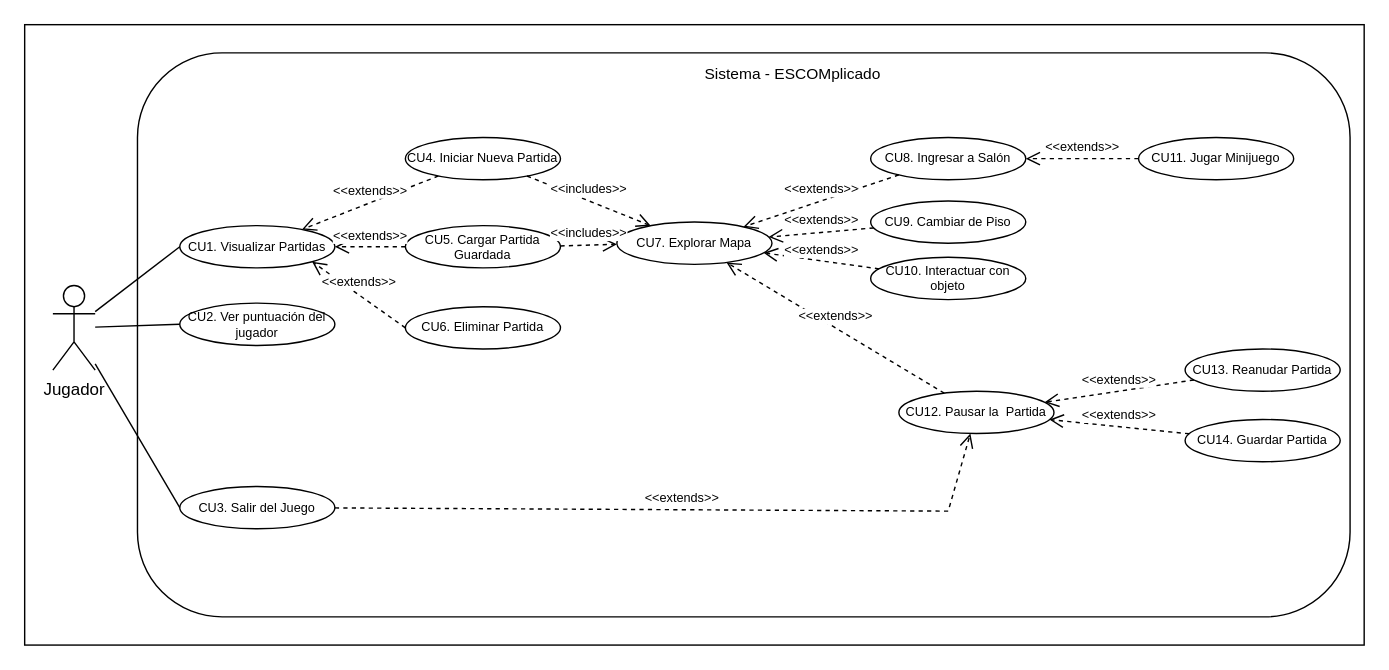
The draw.io diagram Diagrams/casos-de-uso.drawio in bdominguez99/Escomplicado, before the edit. Source tidied: cells renumbered, new cells numbered last; positions are measured from the earlier drawing's top-left corner, leaving out a move shared by most shapes. Both pictures are drawn from the tidied source at 141%, with x=0, y=0 at pixel (24, 24).
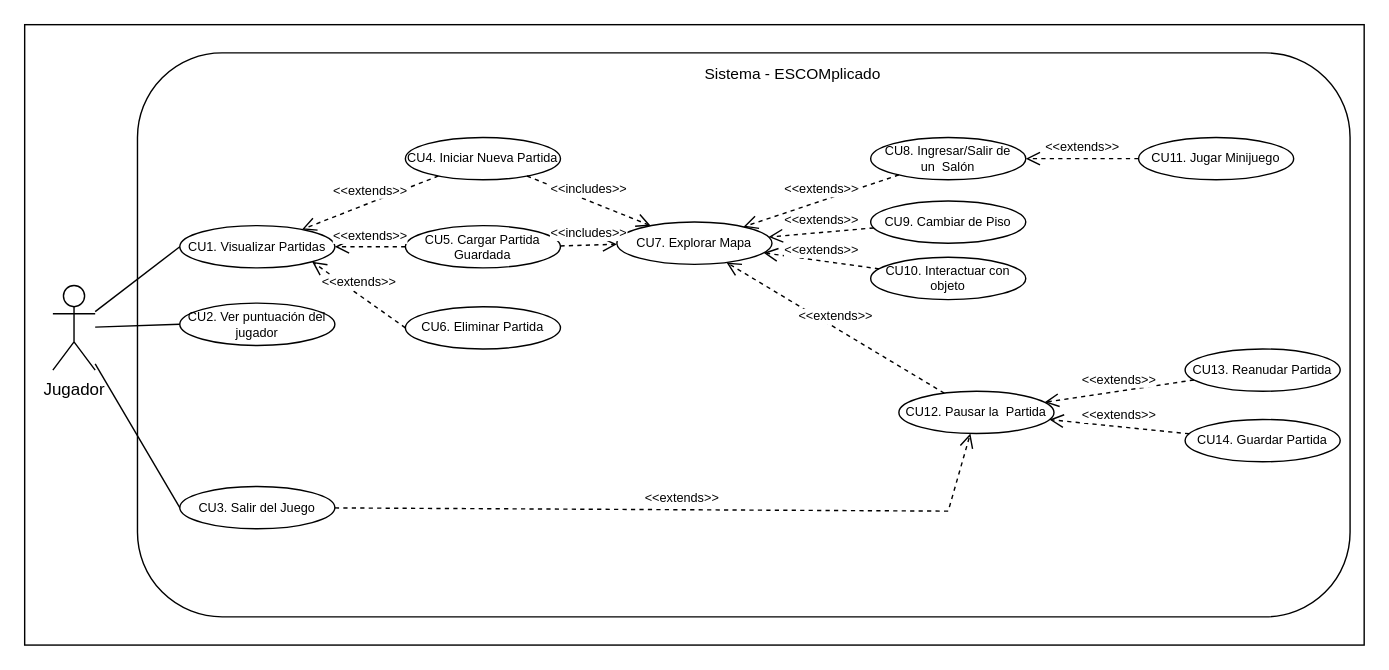
After the change.

Diff of the diagram source:
```diff
@@
-    <mxCell id="8" value="CU8. Ingresar a Salón" style="ellipse;whiteSpace=wrap;html=1;fontSize=9;" parent="1" vertex="1">
+    <mxCell id="8" value="CU8. Ingresar/Salir de &lt;br&gt;un&amp;nbsp; Salón" style="ellipse;whiteSpace=wrap;html=1;fontSize=9;" parent="1" vertex="1">
       <mxGeometry x="600" y="80" width="110" height="30" as="geometry" />
     </mxCell>
```
